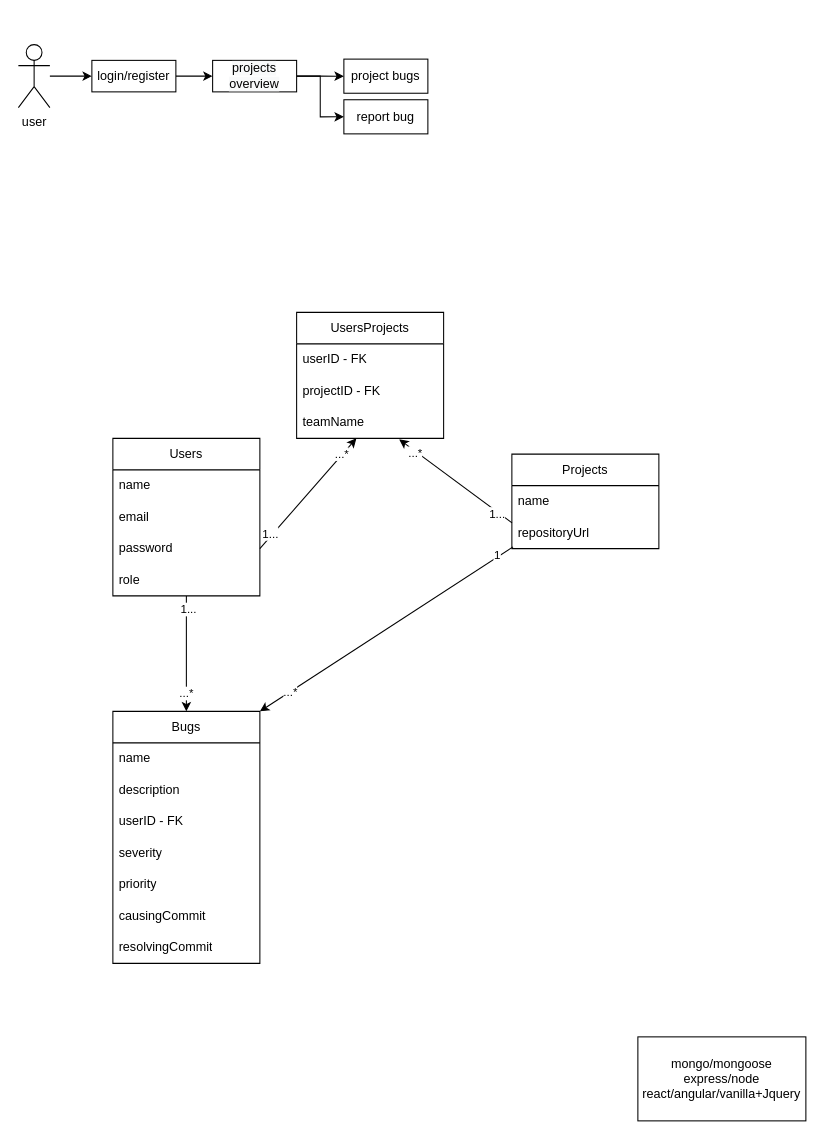
Earlier version of the draw.io diagram Requirements/db&usecaseDiagram.drawio (VasiliuAdelin/bugzilla-app). Source tidied: cells renumbered, new cells numbered last; positions are measured from the earlier drawing's top-left corner, leaving out a move shared by most shapes. Both pictures are drawn from the tidied source at 105%, with x=0, y=0 at pixel (18, 44).
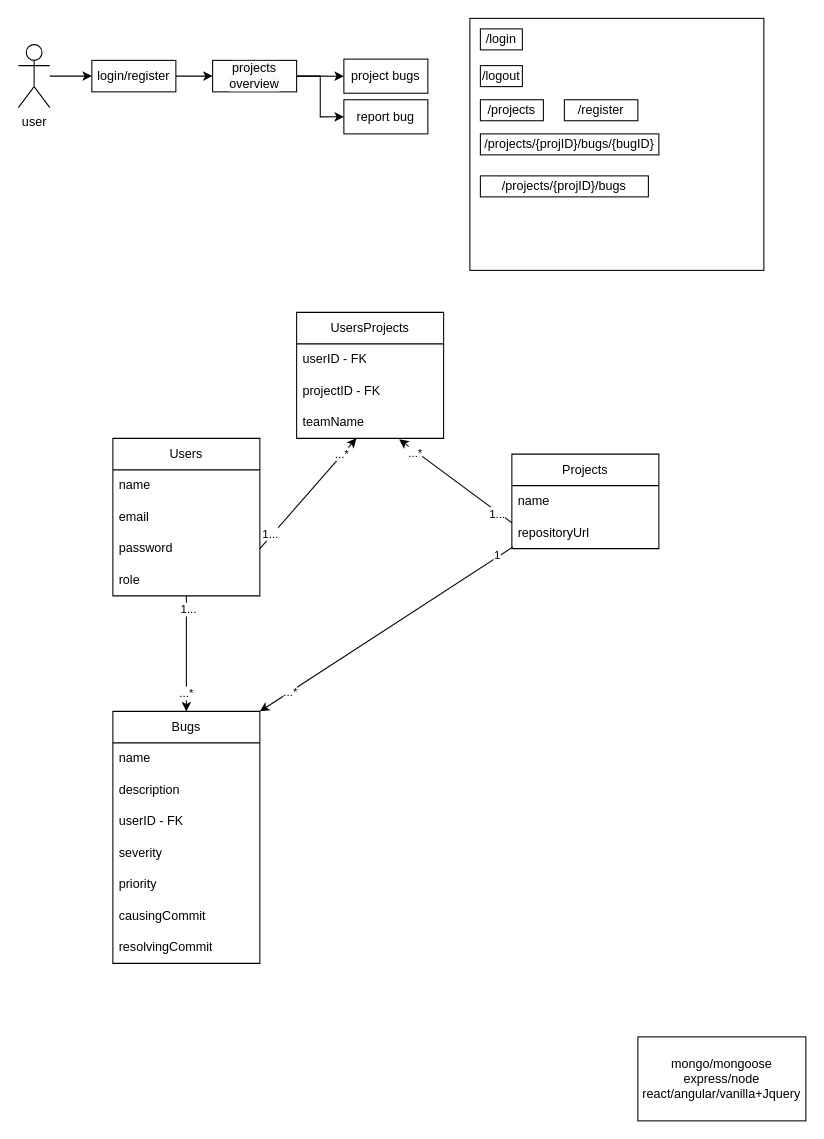
After the change.

The edit, as a diff of the source:
```diff
@@
+    <mxCell id="44" style="rounded=0;whiteSpace=wrap;html=1;" parent="1" vertex="1">
+      <mxGeometry x="430" y="-25" width="280" height="240" as="geometry" />
+    </mxCell>
+    <mxCell id="45" value="/login" style="rounded=0;whiteSpace=wrap;html=1;" parent="1" vertex="1">
+      <mxGeometry x="440" y="-15" width="40" height="20" as="geometry" />
+    </mxCell>
+    <mxCell id="46" value="/logout" style="rounded=0;whiteSpace=wrap;html=1;" parent="1" vertex="1">
+      <mxGeometry x="440" y="20" width="40" height="20" as="geometry" />
+    </mxCell>
+    <mxCell id="47" value="/projects/{projID}/bugs/{bugID}" style="rounded=0;whiteSpace=wrap;html=1;" parent="1" vertex="1">
+      <mxGeometry x="440" y="85" width="170" height="20" as="geometry" />
+    </mxCell>
+    <mxCell id="48" value="/projects/{projID}/bugs" style="rounded=0;whiteSpace=wrap;html=1;" parent="1" vertex="1">
+      <mxGeometry x="440" y="125" width="160" height="20" as="geometry" />
+    </mxCell>
+    <mxCell id="49" value="/projects" style="rounded=0;whiteSpace=wrap;html=1;" parent="1" vertex="1">
+      <mxGeometry x="440" y="52.5" width="60" height="20" as="geometry" />
+    </mxCell>
+    <mxCell id="50" value="/register" style="rounded=0;whiteSpace=wrap;html=1;" parent="1" vertex="1">
+      <mxGeometry x="520" y="52.5" width="70" height="20" as="geometry" />
+    </mxCell>
```
